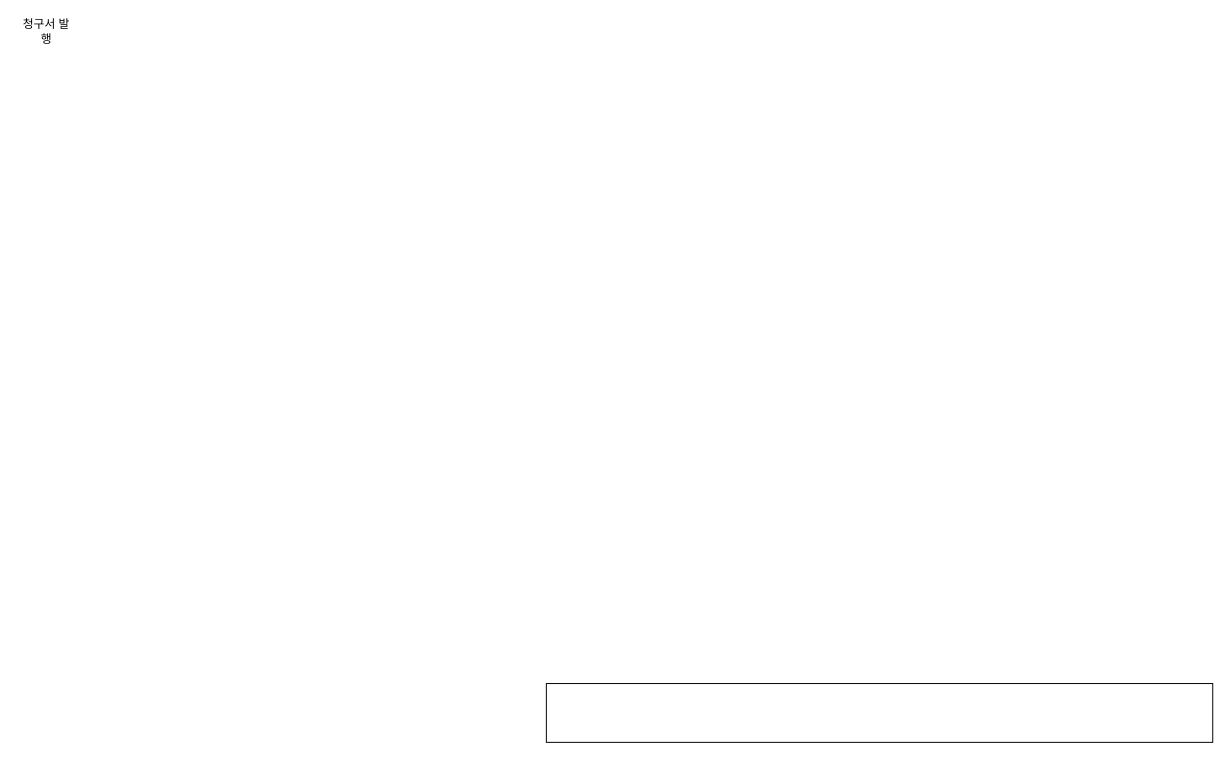
This is 월별자동결제.drawio from Hoonja/drawio-charts, a draw.io file, before an edit. Source tidied: cells renumbered, new cells numbered last; positions are measured from the earlier drawing's top-left corner, leaving out a move shared by most shapes. Both pictures are drawn from the tidied source at 98%, with x=0, y=0 at pixel (17, 17).
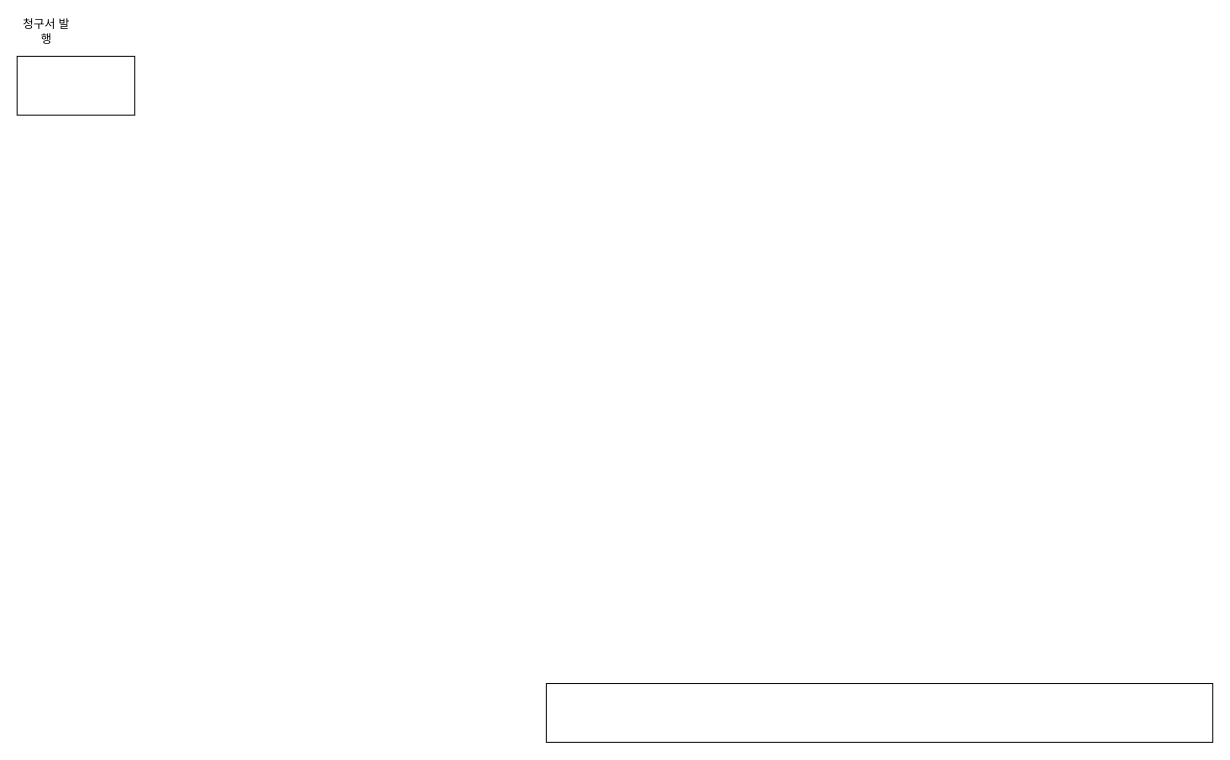
Above is the later version.

Commit message:
월별자동결제.drawio 업데이트

The edit, as a diff of the source:
```diff
@@
 <mxGraphModel>
   <root>
     <mxCell id="0" />
     <mxCell id="1" parent="0" />
     <mxCell id="2" value="청구서 발행" style="text;html=1;strokeColor=none;fillColor=none;align=center;verticalAlign=middle;whiteSpace=wrap;rounded=0;" parent="1" vertex="1">
       <mxGeometry width="60" height="30" as="geometry" />
     </mxCell>
     <mxCell id="3" style="rounded=0;whiteSpace=wrap;html=1;" parent="1" vertex="1">
       <mxGeometry x="540" y="680" width="680" height="60" as="geometry" />
     </mxCell>
+    <mxCell id="4" style="rounded=0;whiteSpace=wrap;html=1;" parent="1" vertex="1">
+      <mxGeometry y="40" width="120" height="60" as="geometry" />
+    </mxCell>
   </root>
 </mxGraphModel>
```
